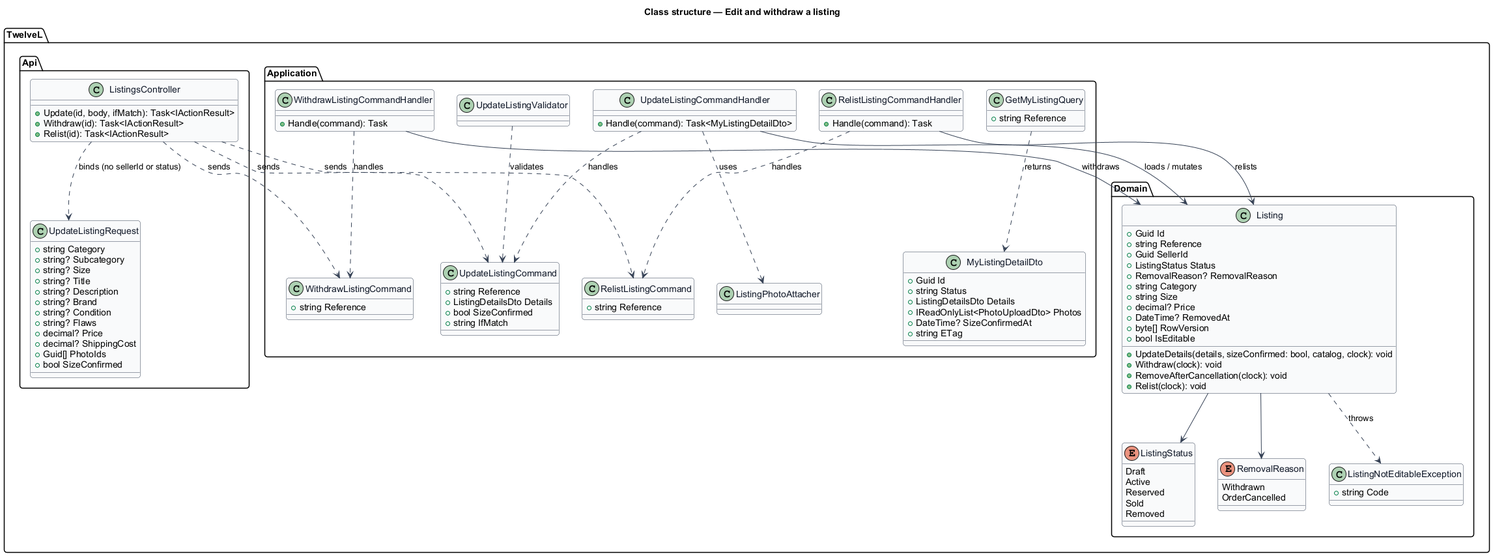
The PlantUML diagram docs/detailed-designs/listings/edit-and-withdraw-listing/diagrams/class-structure.png in QuinntyneBrown/12l, before a commit. Its diagram source:
```plantuml
@startuml
skinparam backgroundColor #FFFFFF
skinparam shadowing false
skinparam roundcorner 8
skinparam defaultFontName Arial
skinparam ArrowColor #344054
skinparam class {
  BorderColor #344054
  FontColor #101828
  BackgroundColor #F9FAFB
}
title Class structure — Edit and withdraw a listing

package "TwelveL.Domain" {
  enum ListingStatus {
    Draft
    Active
    Reserved
    Sold
    Removed
  }
  enum RemovalReason {
    Withdrawn
    OrderCancelled
  }
  class Listing {
    +Guid Id
    +string Reference
    +Guid SellerId
    +ListingStatus Status
    +RemovalReason? RemovalReason
    +string Category
    +string Size
    +decimal? Price
    +DateTime? RemovedAt
    +byte[] RowVersion
    +bool IsEditable
    +UpdateDetails(details, sizeConfirmed: bool, catalog, clock): void
    +Withdraw(clock): void
    +RemoveAfterCancellation(clock): void
    +Relist(clock): void
  }
  class ListingNotEditableException {
    +string Code
  }
}

package "TwelveL.Application" {
  class GetMyListingQuery {
    +string Reference
  }
  class MyListingDetailDto {
    +Guid Id
    +string Status
    +ListingDetailsDto Details
    +IReadOnlyList<PhotoUploadDto> Photos
    +DateTime? SizeConfirmedAt
    +string ETag
  }
  class UpdateListingCommand {
    +string Reference
    +ListingDetailsDto Details
    +bool SizeConfirmed
    +string IfMatch
  }
  class WithdrawListingCommand {
    +string Reference
  }
  class RelistListingCommand {
    +string Reference
  }
  class UpdateListingCommandHandler {
    +Handle(command): Task<MyListingDetailDto>
  }
  class WithdrawListingCommandHandler {
    +Handle(command): Task
  }
  class RelistListingCommandHandler {
    +Handle(command): Task
  }
  class UpdateListingValidator
  class ListingPhotoAttacher
}

package "TwelveL.Api" {
  class ListingsController {
    +Update(id, body, ifMatch): Task<IActionResult>
    +Withdraw(id): Task<IActionResult>
    +Relist(id): Task<IActionResult>
  }
  class UpdateListingRequest {
    +string Category
    +string? Subcategory
    +string? Size
    +string? Title
    +string? Description
    +string? Brand
    +string? Condition
    +string? Flaws
    +decimal? Price
    +decimal? ShippingCost
    +Guid[] PhotoIds
    +bool SizeConfirmed
  }
}

ListingsController ..> UpdateListingRequest : binds (no sellerId or status)
ListingsController ..> UpdateListingCommand : sends
ListingsController ..> WithdrawListingCommand : sends
ListingsController ..> RelistListingCommand : sends
UpdateListingCommandHandler ..> UpdateListingCommand : handles
UpdateListingCommandHandler --> Listing : loads / mutates
UpdateListingCommandHandler ..> ListingPhotoAttacher : uses
UpdateListingValidator ..> UpdateListingCommand : validates
WithdrawListingCommandHandler ..> WithdrawListingCommand : handles
WithdrawListingCommandHandler --> Listing : withdraws
RelistListingCommandHandler ..> RelistListingCommand : handles
RelistListingCommandHandler --> Listing : relists
Listing --> ListingStatus
Listing --> RemovalReason
Listing ..> ListingNotEditableException : throws
GetMyListingQuery ..> MyListingDetailDto : returns
@enduml
```
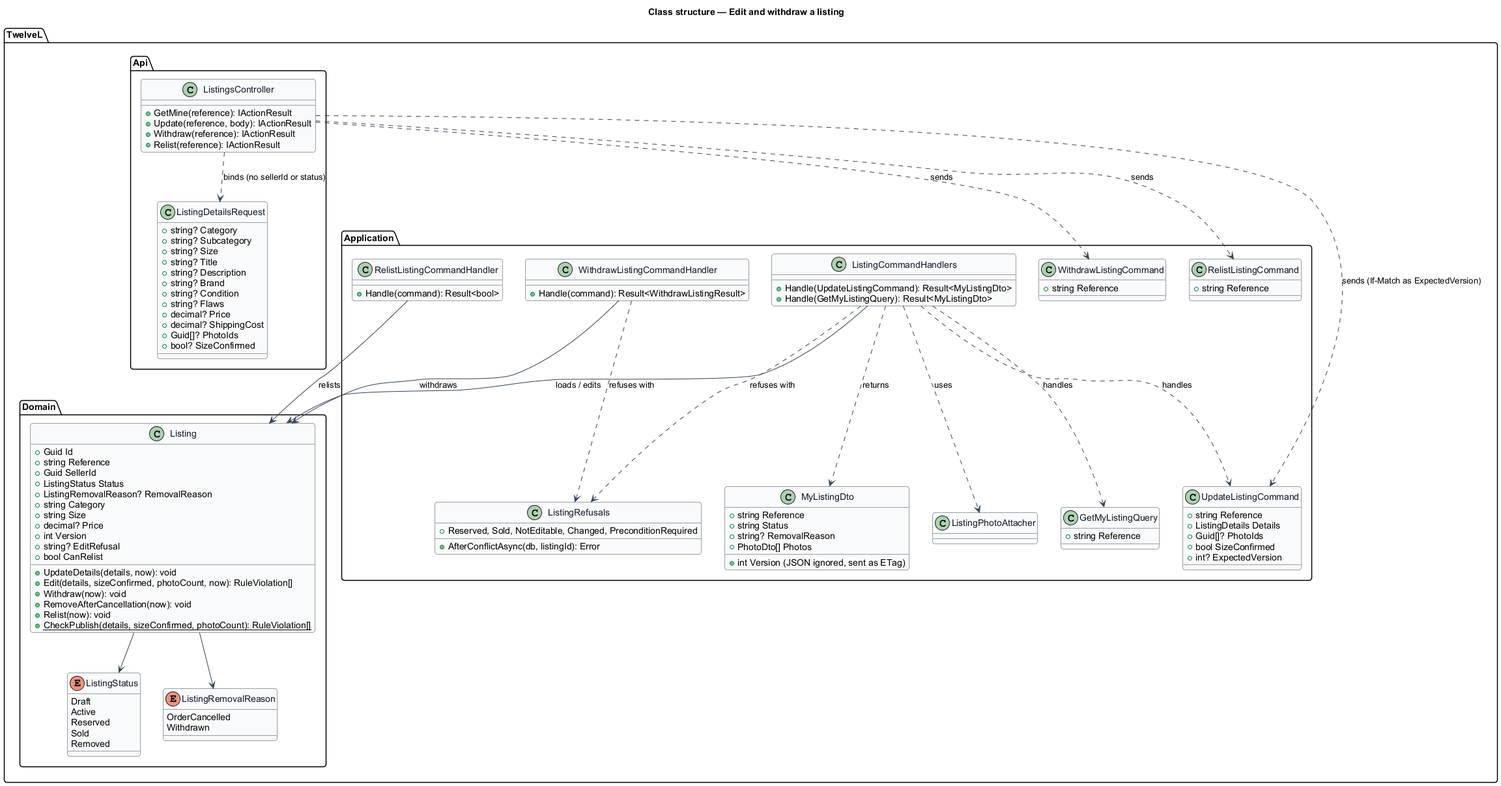
After the change.

Diff of the diagram source:
```diff
@@ -19,29 +19,28 @@
     Sold
     Removed
   }
-  enum RemovalReason {
+  enum ListingRemovalReason {
+    OrderCancelled
     Withdrawn
-    OrderCancelled
   }
   class Listing {
     +Guid Id
     +string Reference
     +Guid SellerId
     +ListingStatus Status
-    +RemovalReason? RemovalReason
+    +ListingRemovalReason? RemovalReason
     +string Category
     +string Size
     +decimal? Price
-    +DateTime? RemovedAt
-    +byte[] RowVersion
-    +bool IsEditable
-    +UpdateDetails(details, sizeConfirmed: bool, catalog, clock): void
-    +Withdraw(clock): void
-    +RemoveAfterCancellation(clock): void
-    +Relist(clock): void
-  }
-  class ListingNotEditableException {
-    +string Code
+    +int Version
+    +string? EditRefusal
+    +bool CanRelist
+    +UpdateDetails(details, now): void
+    +Edit(details, sizeConfirmed, photoCount, now): RuleViolation[]
+    +Withdraw(now): void
+    +RemoveAfterCancellation(now): void
+    +Relist(now): void
+    +{static} CheckPublish(details, sizeConfirmed, photoCount): RuleViolation[]
   }
 }
 
@@ -49,19 +48,19 @@
   class GetMyListingQuery {
     +string Reference
   }
-  class MyListingDetailDto {
-    +Guid Id
+  class MyListingDto {
+    +string Reference
     +string Status
-    +ListingDetailsDto Details
-    +IReadOnlyList<PhotoUploadDto> Photos
-    +DateTime? SizeConfirmedAt
-    +string ETag
+    +string? RemovalReason
+    +PhotoDto[] Photos
+    +int Version (JSON ignored, sent as ETag)
   }
   class UpdateListingCommand {
     +string Reference
-    +ListingDetailsDto Details
+    +ListingDetails Details
+    +Guid[]? PhotoIds
     +bool SizeConfirmed
-    +string IfMatch
+    +int? ExpectedVersion
   }
   class WithdrawListingCommand {
     +string Reference
@@ -69,27 +68,32 @@
   class RelistListingCommand {
     +string Reference
   }
-  class UpdateListingCommandHandler {
-    +Handle(command): Task<MyListingDetailDto>
+  class ListingCommandHandlers {
+    +Handle(UpdateListingCommand): Result<MyListingDto>
+    +Handle(GetMyListingQuery): Result<MyListingDto>
   }
   class WithdrawListingCommandHandler {
-    +Handle(command): Task
+    +Handle(command): Result<WithdrawListingResult>
   }
   class RelistListingCommandHandler {
-    +Handle(command): Task
+    +Handle(command): Result<bool>
   }
-  class UpdateListingValidator
+  class ListingRefusals {
+    +Reserved, Sold, NotEditable, Changed, PreconditionRequired
+    +AfterConflictAsync(db, listingId): Error
+  }
   class ListingPhotoAttacher
 }
 
 package "TwelveL.Api" {
   class ListingsController {
-    +Update(id, body, ifMatch): Task<IActionResult>
-    +Withdraw(id): Task<IActionResult>
-    +Relist(id): Task<IActionResult>
+    +GetMine(reference): IActionResult
+    +Update(reference, body): IActionResult
+    +Withdraw(reference): IActionResult
+    +Relist(reference): IActionResult
   }
-  class UpdateListingRequest {
-    +string Category
+  class ListingDetailsRequest {
+    +string? Category
     +string? Subcategory
     +string? Size
     +string? Title
@@ -99,25 +103,24 @@
     +string? Flaws
     +decimal? Price
     +decimal? ShippingCost
-    +Guid[] PhotoIds
-    +bool SizeConfirmed
+    +Guid[]? PhotoIds
+    +bool? SizeConfirmed
   }
 }
 
-ListingsController ..> UpdateListingRequest : binds (no sellerId or status)
-ListingsController ..> UpdateListingCommand : sends
+ListingsController ..> ListingDetailsRequest : binds (no sellerId or status)
+ListingsController ..> UpdateListingCommand : sends (If-Match as ExpectedVersion)
 ListingsController ..> WithdrawListingCommand : sends
 ListingsController ..> RelistListingCommand : sends
-UpdateListingCommandHandler ..> UpdateListingCommand : handles
-UpdateListingCommandHandler --> Listing : loads / mutates
-UpdateListingCommandHandler ..> ListingPhotoAttacher : uses
-UpdateListingValidator ..> UpdateListingCommand : validates
-WithdrawListingCommandHandler ..> WithdrawListingCommand : handles
+ListingCommandHandlers ..> UpdateListingCommand : handles
+ListingCommandHandlers ..> GetMyListingQuery : handles
+ListingCommandHandlers --> Listing : loads / edits
+ListingCommandHandlers ..> ListingPhotoAttacher : uses
+ListingCommandHandlers ..> ListingRefusals : refuses with
 WithdrawListingCommandHandler --> Listing : withdraws
-RelistListingCommandHandler ..> RelistListingCommand : handles
+WithdrawListingCommandHandler ..> ListingRefusals : refuses with
 RelistListingCommandHandler --> Listing : relists
 Listing --> ListingStatus
-Listing --> RemovalReason
-Listing ..> ListingNotEditableException : throws
-GetMyListingQuery ..> MyListingDetailDto : returns
+Listing --> ListingRemovalReason
+ListingCommandHandlers ..> MyListingDto : returns
 @enduml
```
